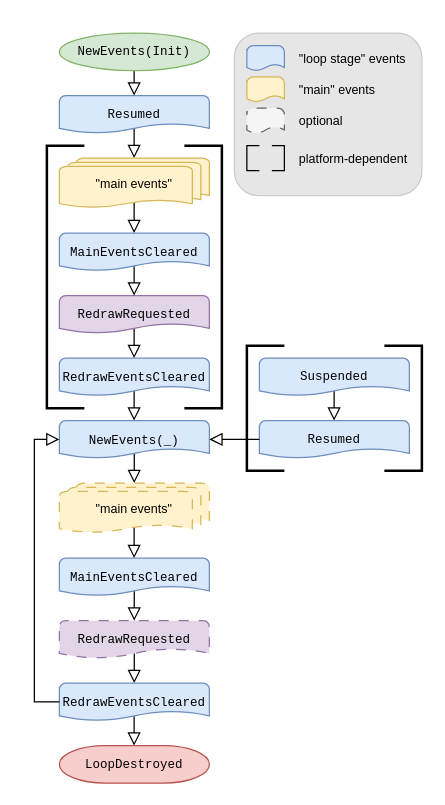
This is docs/event-loop.drawio from rust-windowing/winit, a draw.io file, before an edit. Source tidied: cells renumbered, new cells numbered last; positions are measured from the earlier drawing's top-left corner, leaving out a move shared by most shapes. Both pictures are drawn from the tidied source at 125%, with x=0, y=0 at pixel (46, 32).
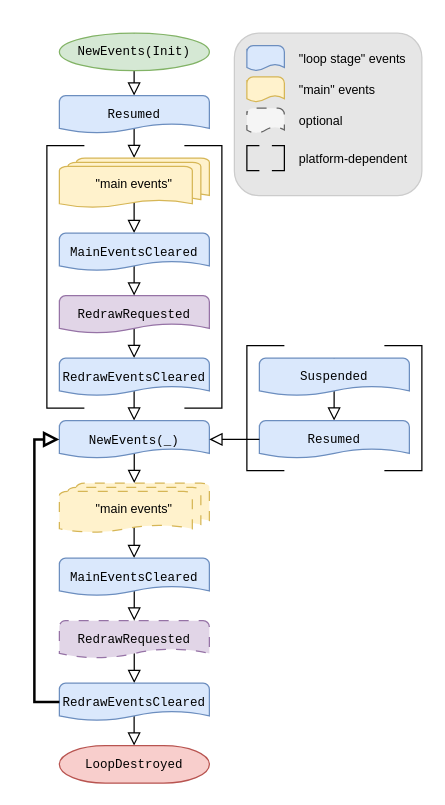
The same diagram, later.

Commit message:
Fix event diagram line weights

Unchanged cells that the change refers to:
```xml
<mxCell id="16" value="&lt;font style=&quot;font-size: 10px;&quot; face=&quot;Courier New&quot;&gt;NewEvents(_)&lt;/font&gt;" style="strokeWidth=1;html=1;shape=mxgraph.flowchart.document2;whiteSpace=wrap;size=0.25;fillColor=#dae8fc;strokeColor=#6c8ebf;" parent="1" vertex="1">
  <mxGeometry x="10" y="310" width="120" height="30" as="geometry" />
</mxCell>
<mxCell id="21" value="&lt;font style=&quot;font-size: 11px;&quot; face=&quot;Courier New&quot;&gt;&lt;font style=&quot;font-size: 10px;&quot;&gt;RedrawEventsCleared&lt;/font&gt;&lt;/font&gt;" style="strokeWidth=1;html=1;shape=mxgraph.flowchart.document2;whiteSpace=wrap;size=0.25;fillColor=#dae8fc;strokeColor=#6c8ebf;" parent="1" vertex="1">
  <mxGeometry x="10" y="520" width="120" height="30" as="geometry" />
</mxCell>
```

Change to the diagram source:
```diff
@@
-    <mxCell id="22" style="rounded=0;html=1;jettySize=auto;fontSize=11;endArrow=block;endFill=0;endSize=8;strokeWidth=1;shadow=0;labelBackgroundColor=none;edgeStyle=orthogonalEdgeStyle;exitX=0;exitY=0.5;exitDx=0;exitDy=0;exitPerimeter=0;entryX=0;entryY=0.5;entryDx=0;entryDy=0;entryPerimeter=0;" parent="1" edge="1" source="21" target="16">
+    <mxCell id="22" style="rounded=0;html=1;jettySize=auto;fontSize=11;endArrow=block;endFill=0;endSize=8;strokeWidth=2;shadow=0;labelBackgroundColor=none;edgeStyle=orthogonalEdgeStyle;exitX=0;exitY=0.5;exitDx=0;exitDy=0;exitPerimeter=0;entryX=0;entryY=0.5;entryDx=0;entryDy=0;entryPerimeter=0;" parent="1" edge="1" source="21" target="16">
       <mxGeometry relative="1" as="geometry" />
     </mxCell>
@@
-    <mxCell id="27" style="strokeWidth=2;html=1;shape=mxgraph.flowchart.annotation_1;align=left;" parent="1" vertex="1">
+    <mxCell id="27" style="strokeWidth=1;html=1;shape=mxgraph.flowchart.annotation_1;align=left;" parent="1" vertex="1">
       <mxGeometry y="90" width="30" height="210" as="geometry" />
     </mxCell>
-    <mxCell id="28" style="strokeWidth=2;html=1;shape=mxgraph.flowchart.annotation_1;align=left;direction=west;" parent="1" vertex="1">
+    <mxCell id="28" style="strokeWidth=1;html=1;shape=mxgraph.flowchart.annotation_1;align=left;direction=west;" parent="1" vertex="1">
       <mxGeometry x="110" y="90" width="30" height="210" as="geometry" />
     </mxCell>
@@
-    <mxCell id="42" style="strokeWidth=2;html=1;shape=mxgraph.flowchart.annotation_1;align=left;" parent="1" vertex="1">
+    <mxCell id="42" style="strokeWidth=1;html=1;shape=mxgraph.flowchart.annotation_1;align=left;" parent="1" vertex="1">
       <mxGeometry x="160" y="250" width="30" height="100" as="geometry" />
     </mxCell>
-    <mxCell id="43" style="strokeWidth=2;html=1;shape=mxgraph.flowchart.annotation_1;align=left;direction=west;" parent="1" vertex="1">
+    <mxCell id="43" style="strokeWidth=1;html=1;shape=mxgraph.flowchart.annotation_1;align=left;direction=west;" parent="1" vertex="1">
       <mxGeometry x="270" y="250" width="30" height="100" as="geometry" />
     </mxCell>
```
